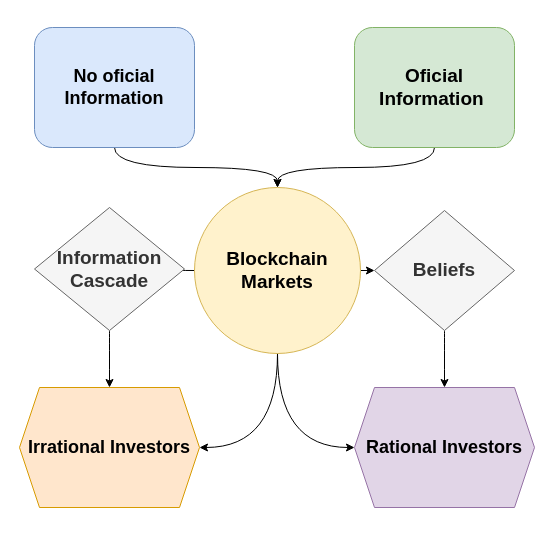
Andres1984/Andres.github.io keeps this draw.io diagram as herd.drawio. Above is the earlier version. Source tidied: cells renumbered, new cells numbered last; positions are measured from the earlier drawing's top-left corner, leaving out a move shared by most shapes. Both pictures are drawn from the tidied source at 100%, with x=0, y=0 at pixel (19, 27).
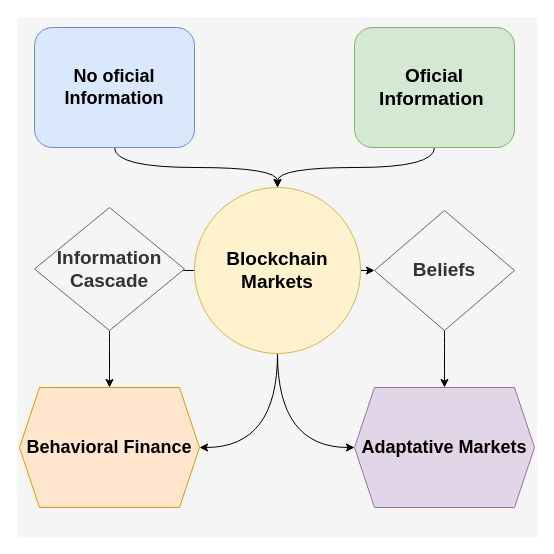
After the change.

Change to the diagram source:
```diff
@@
 <mxGraphModel>
   <root>
     <mxCell id="0" />
     <mxCell id="1" parent="0" />
+    <mxCell id="18" style="whiteSpace=wrap;html=1;strokeColor=none;fillColor=#f5f5f5;fontColor=#333333;" parent="1" vertex="1">
+      <mxGeometry x="-2" y="-10" width="520" height="520" as="geometry" />
+    </mxCell>
     <mxCell id="2" style="edgeStyle=orthogonalEdgeStyle;curved=1;jettySize=auto;html=1;entryX=0.5;entryY=0;entryDx=0;entryDy=0;" parent="1" edge="1" source="3" target="10">
       <mxGeometry relative="1" as="geometry" />
     </mxCell>
     <mxCell id="3" value="No oficial Information" style="rounded=1;whiteSpace=wrap;html=1;fontSize=18;fontStyle=1;fillColor=#dae8fc;strokeColor=#6c8ebf;" parent="1" vertex="1">
       <mxGeometry x="15" width="160" height="120" as="geometry" />
     </mxCell>
     <mxCell id="4" style="edgeStyle=orthogonalEdgeStyle;curved=1;jettySize=auto;html=1;entryX=0.5;entryY=0;entryDx=0;entryDy=0;" parent="1" edge="1" source="5" target="10">
       <mxGeometry relative="1" as="geometry" />
     </mxCell>
     <mxCell id="5" value="Oficial Information&amp;nbsp;" style="rounded=1;whiteSpace=wrap;html=1;fontSize=19;fontStyle=1;fillColor=#d5e8d4;strokeColor=#82b366;" parent="1" vertex="1">
       <mxGeometry x="335" width="160" height="120" as="geometry" />
     </mxCell>
     <mxCell id="6" style="edgeStyle=orthogonalEdgeStyle;jettySize=auto;html=1;entryX=0;entryY=0.5;entryDx=0;entryDy=0;curved=1;exitX=0.5;exitY=1;exitDx=0;exitDy=0;" parent="1" edge="1" source="10" target="12">
       <mxGeometry relative="1" as="geometry" />
     </mxCell>
     <mxCell id="7" style="edgeStyle=orthogonalEdgeStyle;curved=1;jettySize=auto;html=1;fontSize=19;" parent="1" edge="1" source="10" target="15">
       <mxGeometry relative="1" as="geometry" />
     </mxCell>
     <mxCell id="8" style="edgeStyle=orthogonalEdgeStyle;curved=1;jettySize=auto;html=1;entryX=1;entryY=0.5;entryDx=0;entryDy=0;fontSize=19;" parent="1" edge="1" source="10" target="11">
       <mxGeometry relative="1" as="geometry" />
     </mxCell>
     <mxCell id="9" style="edgeStyle=orthogonalEdgeStyle;curved=1;jettySize=auto;html=1;exitX=0;exitY=0.5;exitDx=0;exitDy=0;fontSize=19;" parent="1" edge="1" source="10" target="17">
       <mxGeometry relative="1" as="geometry" />
     </mxCell>
     <mxCell id="10" value="Blockchain Markets" style="ellipse;whiteSpace=wrap;html=1;fontSize=19;fontStyle=1;fillColor=#fff2cc;strokeColor=#d6b656;" parent="1" vertex="1">
       <mxGeometry x="175" y="160" width="166" height="166" as="geometry" />
     </mxCell>
-    <mxCell id="11" value="Irrational Investors" style="shape=hexagon;perimeter=hexagonPerimeter2;whiteSpace=wrap;html=1;fixedSize=1;fontSize=18;fontStyle=1;fillColor=#ffe6cc;strokeColor=#d79b00;" parent="1" vertex="1">
+    <mxCell id="11" value="Behavioral Finance" style="shape=hexagon;perimeter=hexagonPerimeter2;whiteSpace=wrap;html=1;fixedSize=1;fontSize=18;fontStyle=1;fillColor=#ffe6cc;strokeColor=#d79b00;" parent="1" vertex="1">
       <mxGeometry y="360" width="180" height="120" as="geometry" />
     </mxCell>
-    <mxCell id="12" value="Rational Investors" style="shape=hexagon;perimeter=hexagonPerimeter2;whiteSpace=wrap;html=1;fixedSize=1;strokeWidth=1;fontSize=18;fontStyle=1;fillColor=#e1d5e7;strokeColor=#9673a6;" parent="1" vertex="1">
+    <mxCell id="12" value="Adaptative Markets" style="shape=hexagon;perimeter=hexagonPerimeter2;whiteSpace=wrap;html=1;fixedSize=1;strokeWidth=1;fontSize=18;fontStyle=1;fillColor=#e1d5e7;strokeColor=#9673a6;" parent="1" vertex="1">
       <mxGeometry x="335" y="360" width="180" height="120" as="geometry" />
     </mxCell>
     <mxCell id="13" style="edgeStyle=orthogonalEdgeStyle;rounded=0;orthogonalLoop=1;jettySize=auto;html=1;exitX=0.5;exitY=1;exitDx=0;exitDy=0;" parent="1" edge="1" source="10" target="10">
       <mxGeometry relative="1" as="geometry" />
     </mxCell>
     <mxCell id="14" style="edgeStyle=orthogonalEdgeStyle;curved=1;jettySize=auto;html=1;entryX=0.5;entryY=0;entryDx=0;entryDy=0;fontSize=19;" parent="1" edge="1" source="15" target="12">
       <mxGeometry relative="1" as="geometry" />
     </mxCell>
     <mxCell id="15" value="Beliefs" style="rhombus;whiteSpace=wrap;html=1;strokeWidth=1;fontSize=19;fillColor=#f5f5f5;fontColor=#333333;strokeColor=#666666;fontStyle=1;" parent="1" vertex="1">
       <mxGeometry x="355" y="183" width="140" height="120" as="geometry" />
     </mxCell>
     <mxCell id="16" style="edgeStyle=orthogonalEdgeStyle;curved=1;jettySize=auto;html=1;fontSize=19;" parent="1" edge="1" source="17" target="11">
       <mxGeometry relative="1" as="geometry" />
     </mxCell>
     <mxCell id="17" value="Information Cascade" style="rhombus;whiteSpace=wrap;html=1;strokeWidth=1;fontSize=19;fillColor=#f5f5f5;fontColor=#333333;strokeColor=#666666;fontStyle=1;" parent="1" vertex="1">
       <mxGeometry x="15" y="180" width="150" height="123" as="geometry" />
     </mxCell>
   </root>
 </mxGraphModel>
```
